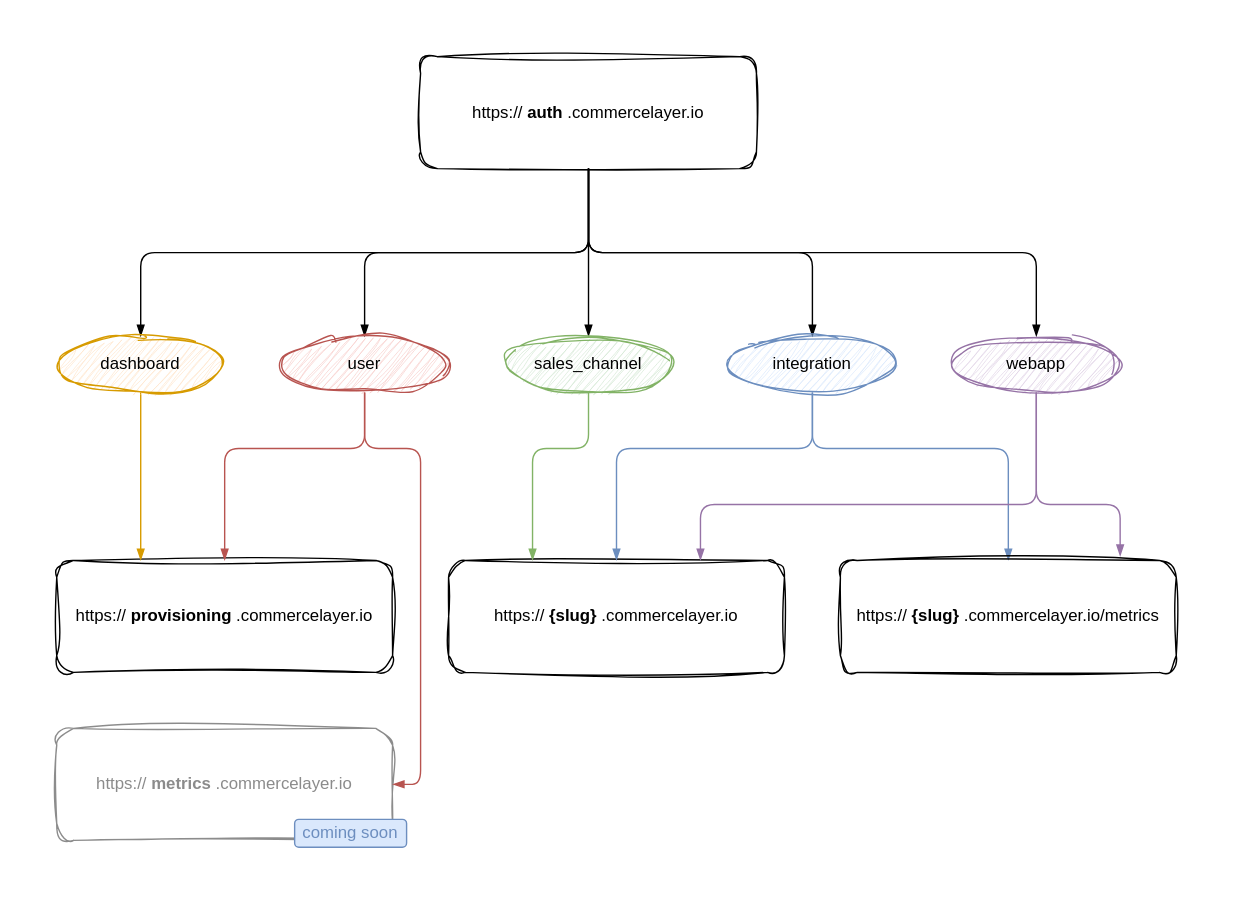
Before: packages/js-auth/auth.drawio.svg, a diagram exported from draw.io (commercelayer/commercelayer-js-auth). Source tidied: cells renumbered, new cells last; positions are measured from the earlier drawing's top-left corner, leaving out a move shared by most shapes.
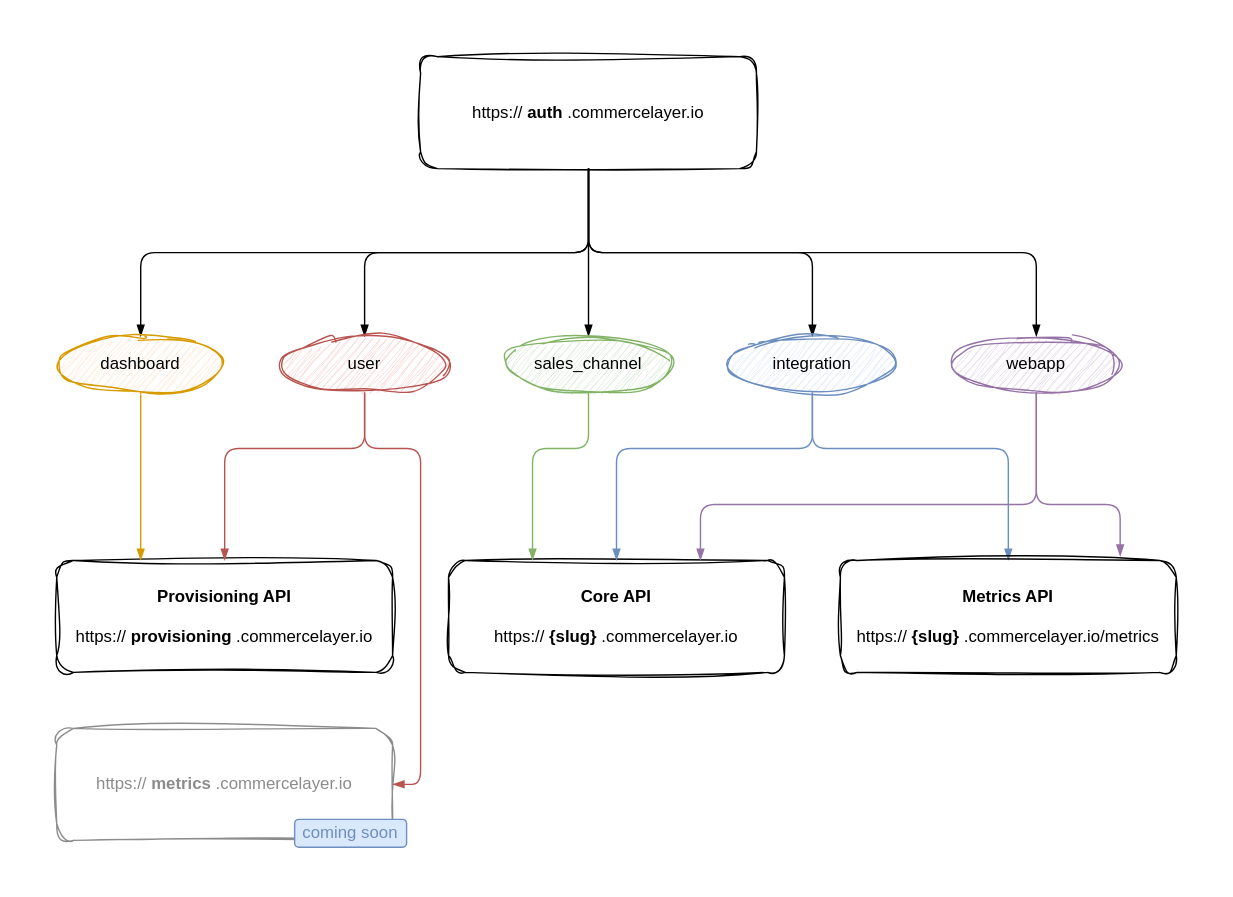
Above is the later version.

Change to the diagram source:
```diff
@@ -20,10 +20,10 @@
     <mxCell id="7" value="https://&lt;b&gt;auth&lt;/b&gt;.commercelayer.io" style="rounded=1;whiteSpace=wrap;html=1;sketch=1;curveFitting=1;jiggle=2;" parent="1" vertex="1">
       <mxGeometry x="300" y="40" width="240" height="80" as="geometry" />
     </mxCell>
-    <mxCell id="8" value="https://&lt;b&gt;{slug}&lt;/b&gt;.commercelayer.io" style="rounded=1;whiteSpace=wrap;html=1;sketch=1;curveFitting=1;jiggle=2;" parent="1" vertex="1">
+    <mxCell id="8" value="&lt;b&gt;Core API&lt;/b&gt;&lt;br&gt;&lt;br&gt;https://&lt;b&gt;{slug}&lt;/b&gt;.commercelayer.io" style="rounded=1;whiteSpace=wrap;html=1;sketch=1;curveFitting=1;jiggle=2;" parent="1" vertex="1">
       <mxGeometry x="320" y="400" width="240" height="80" as="geometry" />
     </mxCell>
-    <mxCell id="9" value="https://&lt;b&gt;provisioning&lt;/b&gt;.commercelayer.io" style="rounded=1;whiteSpace=wrap;html=1;sketch=1;curveFitting=1;jiggle=2;" parent="1" vertex="1">
+    <mxCell id="9" value="&lt;b&gt;Provisioning API&lt;/b&gt;&lt;br&gt;&lt;br&gt;https://&lt;b&gt;provisioning&lt;/b&gt;.commercelayer.io" style="rounded=1;whiteSpace=wrap;html=1;sketch=1;curveFitting=1;jiggle=2;" parent="1" vertex="1">
       <mxGeometry x="40" y="400" width="240" height="80" as="geometry" />
     </mxCell>
     <mxCell id="10" style="edgeStyle=orthogonalEdgeStyle;html=1;exitX=0.5;exitY=1;exitDx=0;exitDy=0;entryX=0.25;entryY=0;entryDx=0;entryDy=0;fontColor=#000000;elbow=vertical;fillColor=#d5e8d4;strokeColor=#82b366;endArrow=blockThin;endFill=1;" parent="1" edge="1" source="11" target="8">
@@ -92,7 +92,7 @@
     <mxCell id="21" value="&lt;font color=&quot;#000000&quot;&gt;webapp&lt;/font&gt;" style="ellipse;whiteSpace=wrap;html=1;fillColor=#e1d5e7;strokeColor=#9673a6;sketch=1;curveFitting=1;jiggle=2;rounded=1;" parent="1" vertex="1">
       <mxGeometry x="680" y="240" width="120" height="40" as="geometry" />
     </mxCell>
-    <mxCell id="22" value="https://&lt;b&gt;{slug}&lt;/b&gt;.commercelayer.io/metrics" style="rounded=1;whiteSpace=wrap;html=1;sketch=1;curveFitting=1;jiggle=2;" parent="1" vertex="1">
+    <mxCell id="22" value="&lt;b&gt;Metrics API&lt;/b&gt;&lt;br&gt;&lt;br&gt;https://&lt;b&gt;{slug}&lt;/b&gt;.commercelayer.io/metrics" style="rounded=1;whiteSpace=wrap;html=1;sketch=1;curveFitting=1;jiggle=2;" parent="1" vertex="1">
       <mxGeometry x="600" y="400" width="240" height="80" as="geometry" />
     </mxCell>
     <mxCell id="23" style="rounded=0;whiteSpace=wrap;html=1;strokeColor=none;" parent="1" vertex="1">
```
